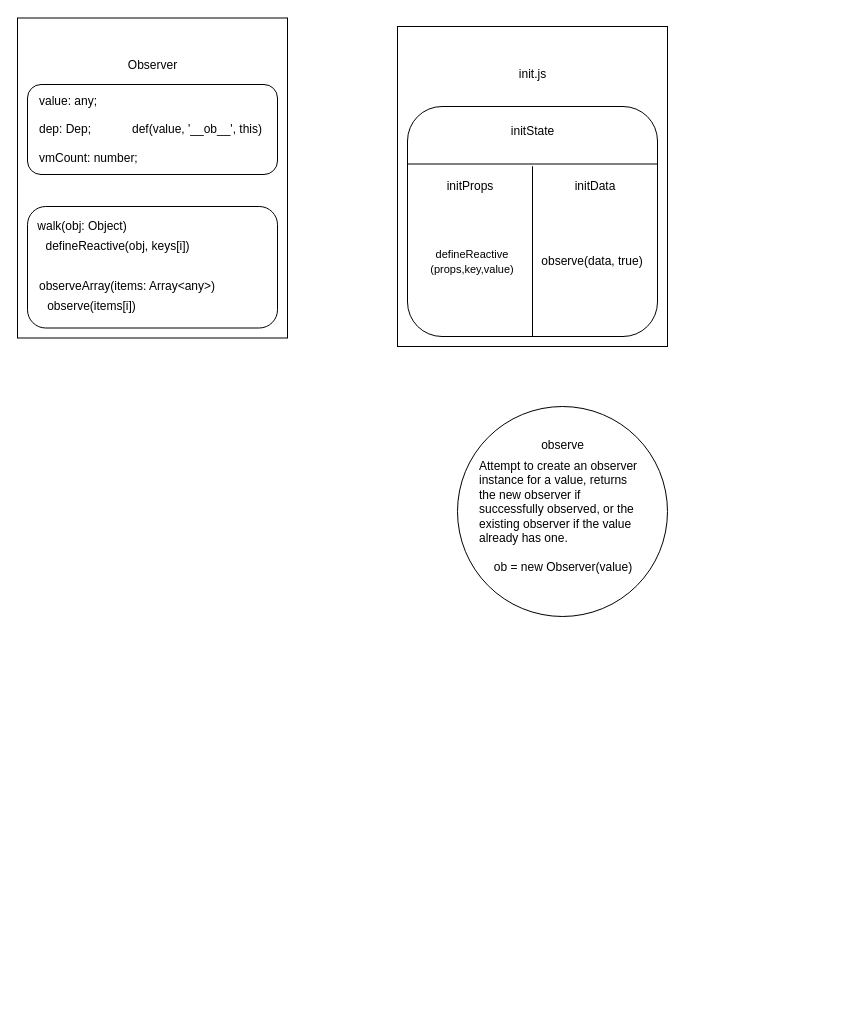
Earlier version of the draw.io diagram Untitled Diagram.drawio (asemono/noteBook). Source tidied: cells renumbered, new cells numbered last; positions are measured from the earlier drawing's top-left corner, leaving out a move shared by most shapes. Both pictures are drawn from the tidied source at 100%, with x=0, y=0 at pixel (17, 17).
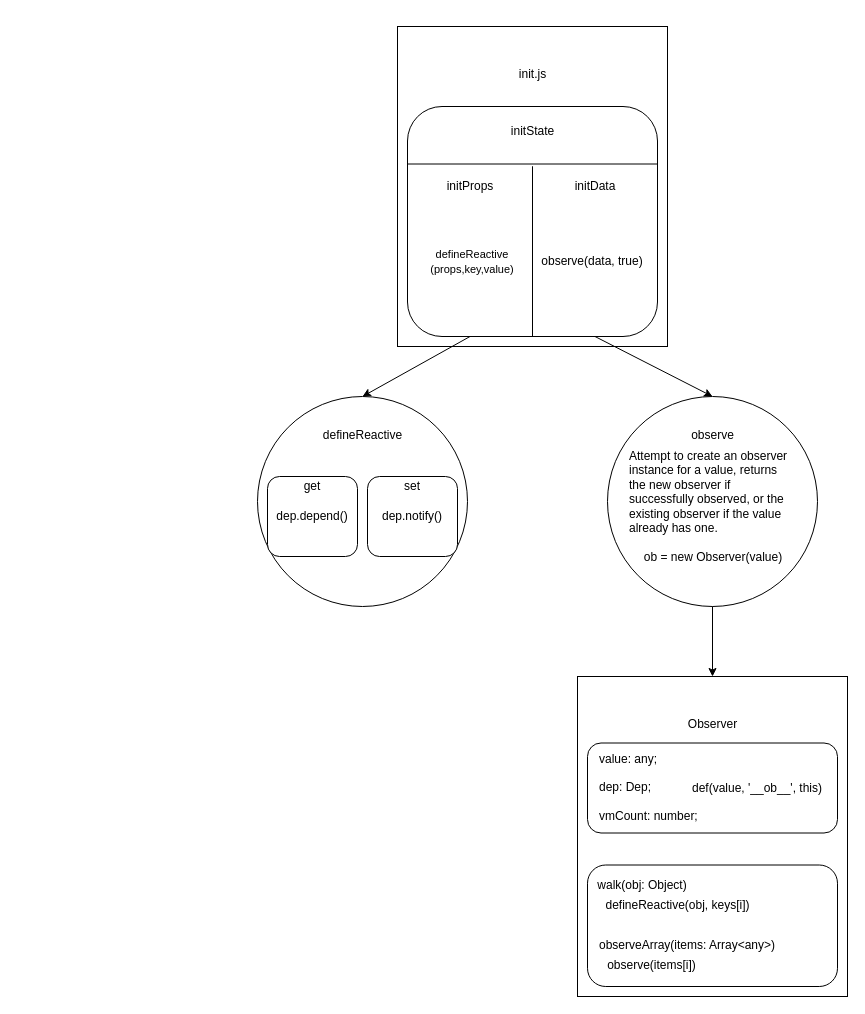
Above is the later version.

The change refers to these unchanged cells:
```xml
<mxCell id="18" style="rounded=1;whiteSpace=wrap;html=1;align=left;" parent="15" vertex="1">
  <mxGeometry x="10" y="80" width="250" height="230" as="geometry" />
</mxCell>
```

The edit, as a diff of the source:
```diff
@@
-    <mxCell id="2" style="group;" parent="1" vertex="1">
-      <mxGeometry y="10.5" width="330" height="320" as="geometry" />
-    </mxCell>
-    <mxCell id="3" style="rounded=0;whiteSpace=wrap;html=1;" parent="2" vertex="1">
-      <mxGeometry y="-10" width="270" height="320" as="geometry" />
-    </mxCell>
-    <mxCell id="4" value="Observer" style="text;html=1;strokeColor=none;fillColor=none;align=center;verticalAlign=middle;whiteSpace=wrap;rounded=0;" parent="2" vertex="1">
-      <mxGeometry x="67.5" y="18.8" width="135" height="37.6" as="geometry" />
-    </mxCell>
-    <mxCell id="5" style="rounded=1;whiteSpace=wrap;html=1;align=left;" parent="2" vertex="1">
-      <mxGeometry x="10" y="56.5" width="250" height="90" as="geometry" />
-    </mxCell>
-    <mxCell id="6" value="&lt;span&gt;value: any;&lt;/span&gt;&lt;br&gt;&lt;br&gt;&lt;span&gt;dep: Dep;&lt;/span&gt;&lt;br&gt;&lt;br&gt;&lt;span&gt;vmCount: number;&lt;/span&gt;" style="text;html=1;strokeColor=none;fillColor=none;align=left;verticalAlign=middle;whiteSpace=wrap;rounded=0;" parent="2" vertex="1">
-      <mxGeometry x="20" y="62.2" width="120" height="78.5" as="geometry" />
-    </mxCell>
-    <mxCell id="7" style="rounded=1;whiteSpace=wrap;html=1;align=left;" parent="2" vertex="1">
-      <mxGeometry x="10" y="178.5" width="250" height="121.5" as="geometry" />
-    </mxCell>
-    <mxCell id="8" value="walk(obj: Object)" style="text;html=1;strokeColor=none;fillColor=none;align=center;verticalAlign=middle;whiteSpace=wrap;rounded=0;" parent="2" vertex="1">
-      <mxGeometry y="188.5" width="130" height="20" as="geometry" />
-    </mxCell>
-    <mxCell id="9" value="defineReactive(obj, keys[i])" style="text;html=1;strokeColor=none;fillColor=none;align=center;verticalAlign=middle;whiteSpace=wrap;rounded=0;" parent="2" vertex="1">
-      <mxGeometry x="17.5" y="208.5" width="165" height="20" as="geometry" />
-    </mxCell>
-    <mxCell id="10" value="observeArray(items: Array&amp;lt;any&amp;gt;)" style="text;html=1;strokeColor=none;fillColor=none;align=center;verticalAlign=middle;whiteSpace=wrap;rounded=0;" parent="2" vertex="1">
-      <mxGeometry x="10" y="248.5" width="200" height="20" as="geometry" />
-    </mxCell>
-    <mxCell id="11" value="observe(items[i])" style="text;html=1;strokeColor=none;fillColor=none;align=center;verticalAlign=middle;whiteSpace=wrap;rounded=0;" parent="2" vertex="1">
-      <mxGeometry x="17.5" y="268.5" width="112.5" height="20" as="geometry" />
-    </mxCell>
-    <mxCell id="12" value="def(value, '__ob__', this)" style="text;html=1;strokeColor=none;fillColor=none;align=center;verticalAlign=middle;whiteSpace=wrap;rounded=0;" parent="2" vertex="1">
-      <mxGeometry x="100" y="91.5" width="160" height="20" as="geometry" />
-    </mxCell>
@@
+    <mxCell id="30" style="group;" parent="1" vertex="1">
+      <mxGeometry x="590" y="379" width="210" height="210" as="geometry" />
+    </mxCell>
-    <mxCell id="27" style="ellipse;whiteSpace=wrap;html=1;" parent="1" vertex="1">
-      <mxGeometry x="440" y="389" width="210" height="210" as="geometry" />
+    <mxCell id="27" style="ellipse;whiteSpace=wrap;html=1;" parent="30" vertex="1">
+      <mxGeometry width="210" height="210" as="geometry" />
     </mxCell>
-    <mxCell id="28" value="observe" style="text;html=1;strokeColor=none;fillColor=none;align=center;verticalAlign=middle;whiteSpace=wrap;rounded=0;" parent="1" vertex="1">
-      <mxGeometry x="477.5" y="409" width="135" height="37.6" as="geometry" />
+    <mxCell id="28" value="observe" style="text;html=1;strokeColor=none;fillColor=none;align=center;verticalAlign=middle;whiteSpace=wrap;rounded=0;" parent="30" vertex="1">
+      <mxGeometry x="37.5" y="20" width="135" height="37.6" as="geometry" />
     </mxCell>
-    <mxCell id="29" value="Attempt to create an observer instance for a value, returns the new observer if successfully observed, or the existing observer if the value already has one.&lt;br&gt;&lt;br&gt;&lt;div style=&quot;text-align: center&quot;&gt;&lt;span&gt;ob = new Observer(value)&lt;/span&gt;&lt;/div&gt;" style="text;html=1;strokeColor=none;fillColor=none;align=left;verticalAlign=middle;whiteSpace=wrap;rounded=0;" parent="1" vertex="1">
-      <mxGeometry x="460" y="439" width="170" height="120" as="geometry" />
+    <mxCell id="29" value="Attempt to create an observer instance for a value, returns the new observer if successfully observed, or the existing observer if the value already has one.&lt;br&gt;&lt;br&gt;&lt;div style=&quot;text-align: center&quot;&gt;&lt;span&gt;ob = new Observer(value)&lt;/span&gt;&lt;/div&gt;" style="text;html=1;strokeColor=none;fillColor=none;align=left;verticalAlign=middle;whiteSpace=wrap;rounded=0;" parent="30" vertex="1">
+      <mxGeometry x="20" y="50" width="170" height="120" as="geometry" />
     </mxCell>
+    <mxCell id="31" style="group;" parent="1" vertex="1">
+      <mxGeometry x="240" y="379" width="210" height="210" as="geometry" />
+    </mxCell>
+    <mxCell id="32" style="ellipse;whiteSpace=wrap;html=1;" parent="31" vertex="1">
+      <mxGeometry width="210" height="210" as="geometry" />
+    </mxCell>
+    <mxCell id="33" value="defineReactive" style="text;html=1;strokeColor=none;fillColor=none;align=center;verticalAlign=middle;whiteSpace=wrap;rounded=0;" parent="31" vertex="1">
+      <mxGeometry x="37.5" y="20" width="135" height="37.6" as="geometry" />
+    </mxCell>
+    <mxCell id="34" style="rounded=1;whiteSpace=wrap;html=1;" parent="31" vertex="1">
+      <mxGeometry x="10" y="80" width="90" height="80" as="geometry" />
+    </mxCell>
+    <mxCell id="35" value="get" style="text;html=1;strokeColor=none;fillColor=none;align=center;verticalAlign=middle;whiteSpace=wrap;rounded=0;" parent="31" vertex="1">
+      <mxGeometry x="35" y="80" width="40" height="20" as="geometry" />
+    </mxCell>
+    <mxCell id="36" value="dep.depend()" style="text;html=1;strokeColor=none;fillColor=none;align=center;verticalAlign=middle;whiteSpace=wrap;rounded=0;" parent="31" vertex="1">
+      <mxGeometry x="20" y="105" width="70" height="30" as="geometry" />
+    </mxCell>
+    <mxCell id="37" style="rounded=1;whiteSpace=wrap;html=1;" parent="31" vertex="1">
+      <mxGeometry x="110" y="80" width="90" height="80" as="geometry" />
+    </mxCell>
+    <mxCell id="38" value="set" style="text;html=1;strokeColor=none;fillColor=none;align=center;verticalAlign=middle;whiteSpace=wrap;rounded=0;" parent="31" vertex="1">
+      <mxGeometry x="135" y="80" width="40" height="20" as="geometry" />
+    </mxCell>
+    <mxCell id="39" value="dep.notify()" style="text;html=1;strokeColor=none;fillColor=none;align=center;verticalAlign=middle;whiteSpace=wrap;rounded=0;" parent="31" vertex="1">
+      <mxGeometry x="120" y="105" width="70" height="30" as="geometry" />
+    </mxCell>
+    <mxCell id="40" style="endArrow=classic;html=1;exitX=0.25;exitY=1;exitDx=0;exitDy=0;entryX=0.5;entryY=0;entryDx=0;entryDy=0;" parent="1" edge="1" source="18" target="32">
+      <mxGeometry relative="1" as="geometry" />
+    </mxCell>
+    <mxCell id="41" style="endArrow=classic;html=1;exitX=0.75;exitY=1;exitDx=0;exitDy=0;entryX=0.5;entryY=0;entryDx=0;entryDy=0;" parent="1" edge="1" source="18" target="27">
+      <mxGeometry relative="1" as="geometry" />
+    </mxCell>
+    <mxCell id="3" style="rounded=0;whiteSpace=wrap;html=1;" parent="1" vertex="1">
+      <mxGeometry x="560" y="659" width="270" height="320" as="geometry" />
+    </mxCell>
+    <mxCell id="4" value="Observer" style="text;html=1;strokeColor=none;fillColor=none;align=center;verticalAlign=middle;whiteSpace=wrap;rounded=0;" parent="1" vertex="1">
+      <mxGeometry x="627.5" y="687.8" width="135" height="37.6" as="geometry" />
+    </mxCell>
+    <mxCell id="5" style="rounded=1;whiteSpace=wrap;html=1;align=left;" parent="1" vertex="1">
+      <mxGeometry x="570" y="725.5" width="250" height="90" as="geometry" />
+    </mxCell>
+    <mxCell id="6" value="&lt;span&gt;value: any;&lt;/span&gt;&lt;br&gt;&lt;br&gt;&lt;span&gt;dep: Dep;&lt;/span&gt;&lt;br&gt;&lt;br&gt;&lt;span&gt;vmCount: number;&lt;/span&gt;" style="text;html=1;strokeColor=none;fillColor=none;align=left;verticalAlign=middle;whiteSpace=wrap;rounded=0;" parent="1" vertex="1">
+      <mxGeometry x="580" y="731.2" width="120" height="78.5" as="geometry" />
+    </mxCell>
+    <mxCell id="7" style="rounded=1;whiteSpace=wrap;html=1;align=left;" parent="1" vertex="1">
+      <mxGeometry x="570" y="847.5" width="250" height="121.5" as="geometry" />
+    </mxCell>
+    <mxCell id="8" value="walk(obj: Object)" style="text;html=1;strokeColor=none;fillColor=none;align=center;verticalAlign=middle;whiteSpace=wrap;rounded=0;" parent="1" vertex="1">
+      <mxGeometry x="560" y="857.5" width="130" height="20" as="geometry" />
+    </mxCell>
+    <mxCell id="9" value="defineReactive(obj, keys[i])" style="text;html=1;strokeColor=none;fillColor=none;align=center;verticalAlign=middle;whiteSpace=wrap;rounded=0;" parent="1" vertex="1">
+      <mxGeometry x="577.5" y="877.5" width="165" height="20" as="geometry" />
+    </mxCell>
+    <mxCell id="10" value="observeArray(items: Array&amp;lt;any&amp;gt;)" style="text;html=1;strokeColor=none;fillColor=none;align=center;verticalAlign=middle;whiteSpace=wrap;rounded=0;" parent="1" vertex="1">
+      <mxGeometry x="570" y="917.5" width="200" height="20" as="geometry" />
+    </mxCell>
+    <mxCell id="11" value="observe(items[i])" style="text;html=1;strokeColor=none;fillColor=none;align=center;verticalAlign=middle;whiteSpace=wrap;rounded=0;" parent="1" vertex="1">
+      <mxGeometry x="577.5" y="937.5" width="112.5" height="20" as="geometry" />
+    </mxCell>
+    <mxCell id="12" value="def(value, '__ob__', this)" style="text;html=1;strokeColor=none;fillColor=none;align=center;verticalAlign=middle;whiteSpace=wrap;rounded=0;" parent="1" vertex="1">
+      <mxGeometry x="660" y="760.5" width="160" height="20" as="geometry" />
+    </mxCell>
+    <mxCell id="42" style="endArrow=classic;html=1;exitX=0.5;exitY=1;exitDx=0;exitDy=0;" parent="1" edge="1" source="27" target="3">
+      <mxGeometry relative="1" as="geometry" />
+    </mxCell>
```
